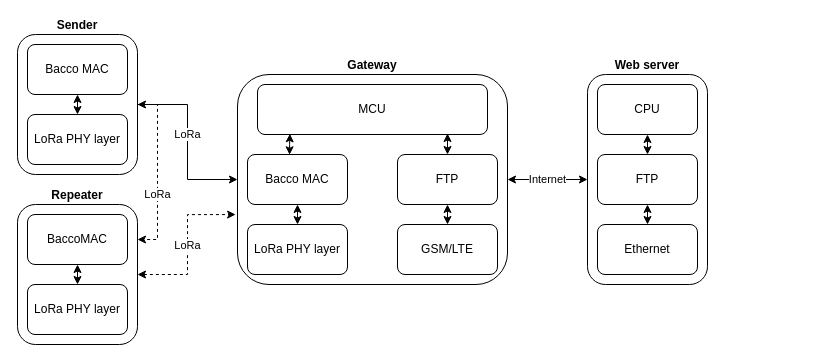
Earlier version of the draw.io diagram uml/network_stack.drawio (giulpig/tesi). Source tidied: cells renumbered, new cells numbered last; positions are measured from the earlier drawing's top-left corner, leaving out a move shared by most shapes. Both pictures are drawn from the tidied source at 100%, with x=0, y=0 at pixel (17, 34).
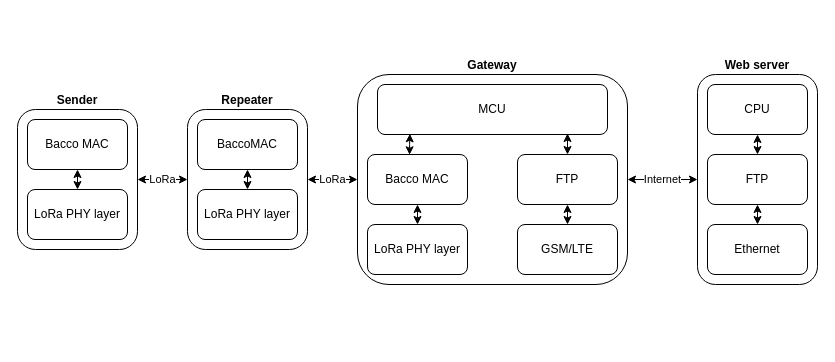
After the change.

The edit, as a diff of the source:
```diff
@@
-    <mxCell id="2" value="LoRa" style="edgeStyle=orthogonalEdgeStyle;rounded=0;jettySize=auto;html=1;exitX=1;exitY=0.5;exitDx=0;exitDy=0;entryX=-0.007;entryY=0.667;entryDx=0;entryDy=0;entryPerimeter=0;startArrow=classic;startFill=1;dashed=1;" parent="1" edge="1" source="3" target="6">
+    <mxCell id="2" value="LoRa" style="edgeStyle=orthogonalEdgeStyle;rounded=0;jettySize=auto;html=1;exitX=1;exitY=0.5;exitDx=0;exitDy=0;entryX=0;entryY=0.5;entryDx=0;entryDy=0;startArrow=classic;startFill=1;" parent="1" edge="1" source="3" target="6">
       <mxGeometry relative="1" as="geometry" />
     </mxCell>
     <mxCell id="3" value="&lt;div&gt;Repeater&lt;/div&gt;" style="rounded=1;whiteSpace=wrap;html=1;labelPosition=center;verticalLabelPosition=top;align=center;verticalAlign=bottom;horizontal=1;fontStyle=1;labelBorderColor=none;labelBackgroundColor=none;" parent="1" vertex="1">
-      <mxGeometry y="170" width="120" height="140" as="geometry" />
+      <mxGeometry x="170" y="75" width="120" height="140" as="geometry" />
     </mxCell>
     <mxCell id="4" value="LoRa PHY layer" style="rounded=1;whiteSpace=wrap;html=1;" parent="1" vertex="1">
-      <mxGeometry x="10" y="250" width="100" height="50" as="geometry" />
+      <mxGeometry x="180" y="155" width="100" height="50" as="geometry" />
     </mxCell>
@@
     <mxCell id="6" value="&lt;div&gt;Gateway&lt;/div&gt;" style="rounded=1;whiteSpace=wrap;html=1;fontStyle=1;labelPosition=center;verticalLabelPosition=top;align=center;verticalAlign=bottom;textDirection=ltr;" parent="1" vertex="1">
-      <mxGeometry x="220" y="40" width="270" height="210" as="geometry" />
+      <mxGeometry x="340" y="40" width="270" height="210" as="geometry" />
     </mxCell>
     <mxCell id="7" value="GSM/LTE" style="rounded=1;whiteSpace=wrap;html=1;" parent="1" vertex="1">
-      <mxGeometry x="380" y="190" width="100" height="50" as="geometry" />
+      <mxGeometry x="500" y="190" width="100" height="50" as="geometry" />
     </mxCell>
     <mxCell id="8" value="MCU" style="rounded=1;whiteSpace=wrap;html=1;" parent="1" vertex="1">
-      <mxGeometry x="240" y="50" width="230" height="50" as="geometry" />
+      <mxGeometry x="360" y="50" width="230" height="50" as="geometry" />
     </mxCell>
@@
     <mxCell id="10" value="FTP" style="rounded=1;whiteSpace=wrap;html=1;" parent="1" vertex="1">
-      <mxGeometry x="380" y="120" width="100" height="50" as="geometry" />
+      <mxGeometry x="500" y="120" width="100" height="50" as="geometry" />
     </mxCell>
     <mxCell id="11" style="edgeStyle=orthogonalEdgeStyle;rounded=0;jettySize=auto;html=1;entryX=0.5;entryY=0;entryDx=0;entryDy=0;startArrow=classic;startFill=1;" parent="1" edge="1" target="10">
       <mxGeometry relative="1" as="geometry">
-        <mxPoint x="430" y="99" as="sourcePoint" />
+        <mxPoint x="550" y="99" as="sourcePoint" />
         <Array as="points">
-          <mxPoint x="430" y="99" />
+          <mxPoint x="550" y="99" />
         </Array>
       </mxGeometry>
     </mxCell>
@@
     <mxCell id="13" value="&lt;div&gt;BaccoMAC&lt;/div&gt;" style="rounded=1;whiteSpace=wrap;html=1;" parent="1" vertex="1">
-      <mxGeometry x="10" y="180" width="100" height="50" as="geometry" />
+      <mxGeometry x="180" y="85" width="100" height="50" as="geometry" />
     </mxCell>
     <mxCell id="14" value="LoRa PHY layer" style="rounded=1;whiteSpace=wrap;html=1;" parent="1" vertex="1">
-      <mxGeometry x="230" y="190" width="100" height="50" as="geometry" />
+      <mxGeometry x="350" y="190" width="100" height="50" as="geometry" />
     </mxCell>
@@
     <mxCell id="16" value="Bacco MAC" style="rounded=1;whiteSpace=wrap;html=1;" parent="1" vertex="1">
-      <mxGeometry x="230" y="120" width="100" height="50" as="geometry" />
+      <mxGeometry x="350" y="120" width="100" height="50" as="geometry" />
     </mxCell>
     <mxCell id="17" style="edgeStyle=orthogonalEdgeStyle;rounded=0;jettySize=auto;html=1;exitX=0.421;exitY=0.005;exitDx=0;exitDy=0;entryX=0.141;entryY=0.986;entryDx=0;entryDy=0;entryPerimeter=0;startArrow=classic;startFill=1;exitPerimeter=0;" parent="1" edge="1" source="16" target="8">
       <mxGeometry relative="1" as="geometry">
         <Array as="points">
-          <mxPoint x="272" y="110" />
-          <mxPoint x="272" y="110" />
+          <mxPoint x="392" y="110" />
+          <mxPoint x="392" y="110" />
         </Array>
       </mxGeometry>
     </mxCell>
     <mxCell id="18" value="&lt;div&gt;Web server&lt;/div&gt;" style="rounded=1;whiteSpace=wrap;html=1;fontStyle=1;labelPosition=center;verticalLabelPosition=top;align=center;verticalAlign=bottom;" parent="1" vertex="1">
-      <mxGeometry x="570" y="40" width="120" height="210" as="geometry" />
+      <mxGeometry x="680" y="40" width="120" height="210" as="geometry" />
     </mxCell>
-    <mxCell id="19" value="LoRa" style="edgeStyle=orthogonalEdgeStyle;rounded=0;jettySize=auto;html=1;exitX=1;exitY=0.5;exitDx=0;exitDy=0;entryX=1;entryY=0.25;entryDx=0;entryDy=0;startArrow=classic;startFill=1;dashed=1;" parent="1" edge="1" source="21" target="3">
-      <mxGeometry x="0.26" relative="1" as="geometry" />
+    <mxCell id="19" value="&lt;div&gt;LoRa&lt;/div&gt;" style="edgeStyle=orthogonalEdgeStyle;rounded=0;jettySize=auto;html=1;exitX=1;exitY=0.5;exitDx=0;exitDy=0;entryX=0;entryY=0.5;entryDx=0;entryDy=0;endArrow=classic;endFill=1;startArrow=classic;startFill=1;" parent="1" edge="1" source="21" target="3">
+      <mxGeometry relative="1" as="geometry" />
     </mxCell>
-    <mxCell id="20" value="LoRa" style="edgeStyle=orthogonalEdgeStyle;rounded=0;jettySize=auto;html=1;exitX=1;exitY=0.5;exitDx=0;exitDy=0;entryX=0;entryY=0.5;entryDx=0;entryDy=0;" parent="1" edge="1" source="21" target="6">
-      <mxGeometry x="-0.09" relative="1" as="geometry" />
-    </mxCell>
     <mxCell id="21" value="&lt;div&gt;Sender&lt;/div&gt;" style="rounded=1;whiteSpace=wrap;html=1;labelPosition=center;verticalLabelPosition=top;align=center;verticalAlign=bottom;horizontal=1;fontStyle=1;labelBorderColor=none;labelBackgroundColor=none;" parent="1" vertex="1">
-      <mxGeometry width="120" height="140" as="geometry" />
+      <mxGeometry y="75" width="120" height="140" as="geometry" />
     </mxCell>
     <mxCell id="22" value="LoRa PHY layer" style="rounded=1;whiteSpace=wrap;html=1;" parent="1" vertex="1">
-      <mxGeometry x="10" y="80" width="100" height="50" as="geometry" />
+      <mxGeometry x="10" y="155" width="100" height="50" as="geometry" />
     </mxCell>
@@
     <mxCell id="24" value="&lt;div&gt;Bacco MAC&lt;/div&gt;" style="rounded=1;whiteSpace=wrap;html=1;" parent="1" vertex="1">
-      <mxGeometry x="10" y="10" width="100" height="50" as="geometry" />
+      <mxGeometry x="10" y="85" width="100" height="50" as="geometry" />
     </mxCell>
@@
     <mxCell id="26" value="&lt;div&gt;CPU&lt;/div&gt;" style="rounded=1;whiteSpace=wrap;html=1;" parent="1" vertex="1">
-      <mxGeometry x="580" y="50" width="100" height="50" as="geometry" />
+      <mxGeometry x="690" y="50" width="100" height="50" as="geometry" />
     </mxCell>
@@
     <mxCell id="28" value="FTP" style="rounded=1;whiteSpace=wrap;html=1;" parent="1" vertex="1">
-      <mxGeometry x="580" y="120" width="100" height="50" as="geometry" />
+      <mxGeometry x="690" y="120" width="100" height="50" as="geometry" />
     </mxCell>
     <mxCell id="29" value="&lt;div&gt;Ethernet&lt;/div&gt;" style="rounded=1;whiteSpace=wrap;html=1;" parent="1" vertex="1">
-      <mxGeometry x="580" y="190" width="100" height="50" as="geometry" />
+      <mxGeometry x="690" y="190" width="100" height="50" as="geometry" />
     </mxCell>
```
